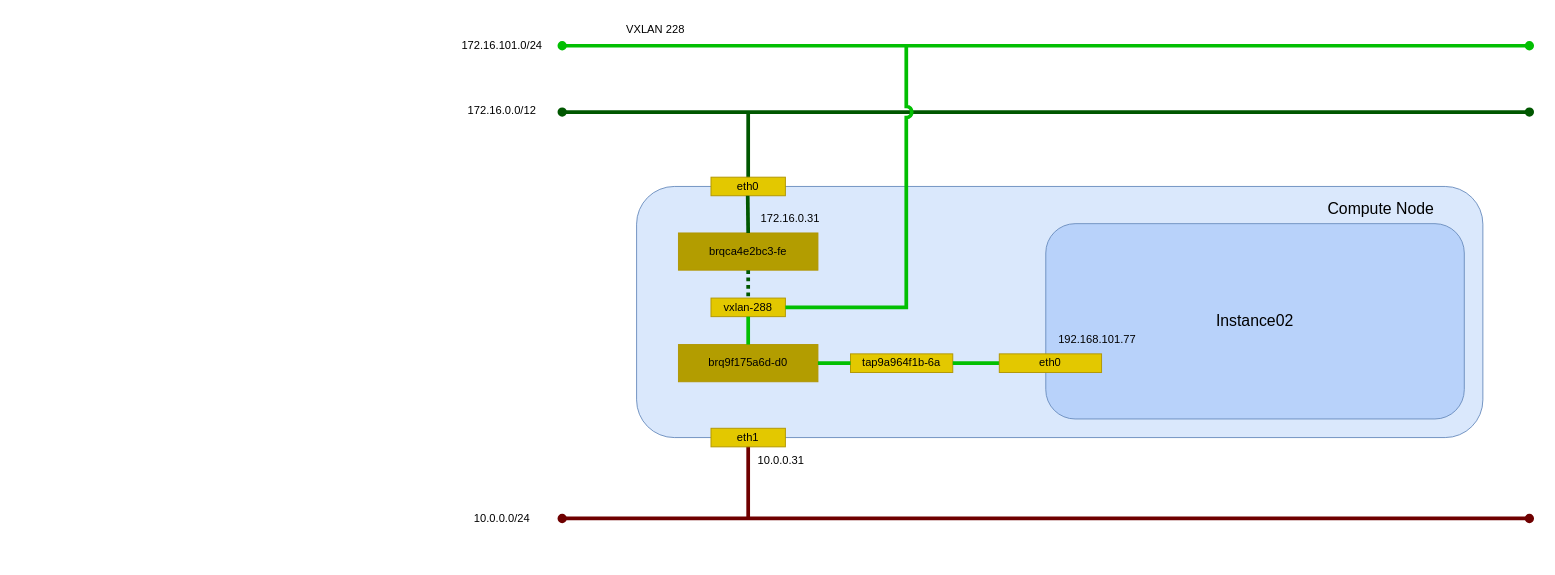
Earlier version of the draw.io diagram _static/image/network_vxlan_instance_linuxbridge.drawio (9506hqwy/openstack_study_notes). Source tidied: cells renumbered, new cells numbered last; positions are measured from the earlier drawing's top-left corner, leaving out a move shared by most shapes. Both pictures are drawn from the tidied source at 93%, with x=0, y=0 at pixel (450, 16).
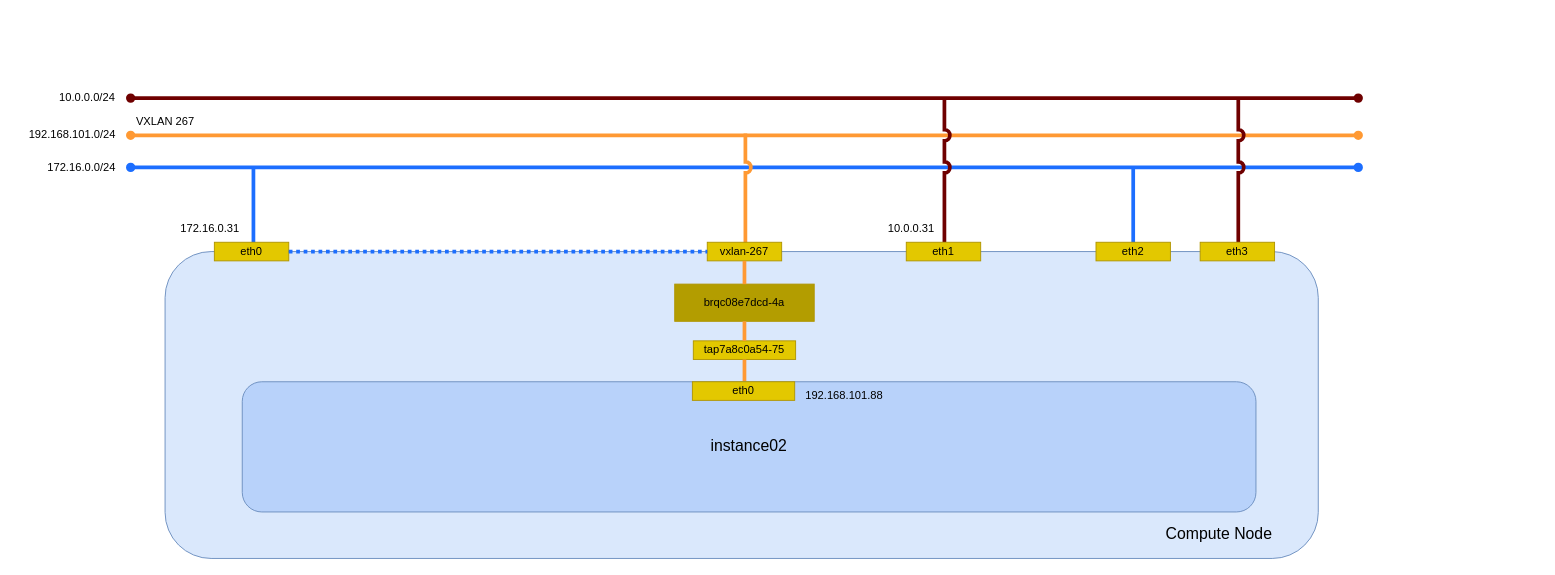
The same page after the edit.

Diff of the diagram source:
```diff
@@
-    <mxCell id="2" style="endArrow=oval;html=1;rounded=0;startArrow=oval;startFill=1;endFill=1;strokeWidth=4;fillColor=#a20025;strokeColor=#6F0000;" parent="1" edge="1">
-      <mxGeometry relative="1" as="geometry">
-        <mxPoint x="120" y="540" as="sourcePoint" />
-        <mxPoint x="1160" y="540" as="targetPoint" />
-      </mxGeometry>
-    </mxCell>
-    <mxCell id="3" style="endArrow=oval;html=1;rounded=0;startArrow=oval;startFill=1;endFill=1;strokeWidth=4;fillColor=#008a00;strokeColor=#005700;" parent="1" edge="1">
-      <mxGeometry relative="1" as="geometry">
-        <mxPoint x="120" y="103" as="sourcePoint" />
-        <mxPoint x="1160" y="103" as="targetPoint" />
-      </mxGeometry>
-    </mxCell>
-    <mxCell id="4" value="172.16.0.0/12" style="text;html=1;align=center;verticalAlign=middle;strokeColor=none;fillColor=none;" parent="1" vertex="1">
-      <mxGeometry x="5" y="87" width="100" height="30" as="geometry" />
-    </mxCell>
+    <mxCell id="32" style="endArrow=oval;html=1;rounded=0;startArrow=oval;startFill=1;endFill=1;strokeWidth=4;fillColor=#a20025;strokeColor=#6F0000;" parent="1" edge="1">
+      <mxGeometry relative="1" as="geometry">
+        <mxPoint x="-344" y="88" as="sourcePoint" />
+        <mxPoint x="976" y="88" as="targetPoint" />
+      </mxGeometry>
+    </mxCell>
     <mxCell id="5" value="10.0.0.0/24" style="text;html=1;align=center;verticalAlign=middle;strokeColor=none;fillColor=none;" parent="1" vertex="1">
-      <mxGeometry x="15" y="525" width="80" height="30" as="geometry" />
+      <mxGeometry x="-431" y="73" width="80" height="30" as="geometry" />
     </mxCell>
-    <mxCell id="6" style="endArrow=none;html=1;rounded=0;startArrow=none;startFill=0;endFill=0;strokeWidth=4;fillColor=#008a00;strokeColor=#005700;exitX=0.5;exitY=1;exitDx=0;exitDy=0;" parent="1" edge="1">
-      <mxGeometry relative="1" as="geometry">
-        <mxPoint x="320" y="103" as="sourcePoint" />
-        <mxPoint x="320" y="183" as="targetPoint" />
-      </mxGeometry>
-    </mxCell>
-    <mxCell id="7" style="endArrow=none;html=1;rounded=0;startArrow=none;startFill=0;endFill=0;strokeWidth=4;fillColor=#a20025;strokeColor=#6F0000;exitX=0.5;exitY=1;exitDx=0;exitDy=0;" parent="1" edge="1">
-      <mxGeometry relative="1" as="geometry">
-        <mxPoint x="320" y="460" as="sourcePoint" />
-        <mxPoint x="320" y="540" as="targetPoint" />
-      </mxGeometry>
-    </mxCell>
-    <mxCell id="8" style="endArrow=oval;html=1;rounded=0;startArrow=oval;startFill=1;endFill=1;strokeWidth=4;fillColor=#008a00;strokeColor=#02BF02;" parent="1" edge="1">
-      <mxGeometry relative="1" as="geometry">
-        <mxPoint x="120" y="31.7" as="sourcePoint" />
-        <mxPoint x="1160" y="31.7" as="targetPoint" />
-      </mxGeometry>
-    </mxCell>
-    <mxCell id="9" value="172.16.101.0/24" style="text;html=1;align=center;verticalAlign=middle;strokeColor=none;fillColor=none;" parent="1" vertex="1">
-      <mxGeometry y="17" width="110" height="30" as="geometry" />
-    </mxCell>
-    <mxCell id="10" value="VXLAN 228" style="text;html=1;align=center;verticalAlign=middle;strokeColor=none;fillColor=none;" parent="1" vertex="1">
-      <mxGeometry x="180" width="80" height="30" as="geometry" />
-    </mxCell>
+    <mxCell id="33" style="endArrow=oval;html=1;rounded=0;startArrow=oval;startFill=1;endFill=1;strokeWidth=4;fillColor=#a20025;strokeColor=#1C6EFF;" parent="1" edge="1">
+      <mxGeometry relative="1" as="geometry">
+        <mxPoint x="-344" y="162.5" as="sourcePoint" />
+        <mxPoint x="976" y="162.5" as="targetPoint" />
+      </mxGeometry>
+    </mxCell>
+    <mxCell id="34" value="172.16.0.0/24" style="text;html=1;align=center;verticalAlign=middle;strokeColor=none;fillColor=none;" parent="1" vertex="1">
+      <mxGeometry x="-447" y="148" width="100" height="30" as="geometry" />
+    </mxCell>
+    <mxCell id="35" style="endArrow=none;html=1;rounded=0;startArrow=none;startFill=0;endFill=0;strokeWidth=4;fillColor=#a20025;strokeColor=#1C6EFF;jumpStyle=arc;" parent="1" edge="1">
+      <mxGeometry relative="1" as="geometry">
+        <mxPoint x="-212" y="163" as="sourcePoint" />
+        <mxPoint x="-212" y="243" as="targetPoint" />
+      </mxGeometry>
+    </mxCell>
+    <mxCell id="36" style="endArrow=none;html=1;rounded=0;startArrow=none;startFill=0;endFill=0;strokeWidth=4;fillColor=#a20025;strokeColor=#1C6EFF;jumpStyle=arc;" parent="1" edge="1">
+      <mxGeometry relative="1" as="geometry">
+        <mxPoint x="734" y="163" as="sourcePoint" />
+        <mxPoint x="734" y="243" as="targetPoint" />
+      </mxGeometry>
+    </mxCell>
+    <mxCell id="37" style="endArrow=oval;html=1;rounded=0;startArrow=oval;startFill=1;endFill=1;strokeWidth=4;fillColor=#a20025;strokeColor=#FF9933;" parent="1" edge="1">
+      <mxGeometry relative="1" as="geometry">
+        <mxPoint x="-344" y="128" as="sourcePoint" />
+        <mxPoint x="976" y="128" as="targetPoint" />
+      </mxGeometry>
+    </mxCell>
+    <mxCell id="38" value="192.168.101.0/24" style="text;html=1;align=center;verticalAlign=middle;strokeColor=none;fillColor=none;" parent="1" vertex="1">
+      <mxGeometry x="-467" y="112" width="120" height="30" as="geometry" />
+    </mxCell>
+    <mxCell id="39" style="endArrow=none;html=1;rounded=0;startArrow=none;startFill=0;endFill=0;strokeWidth=4;fillColor=#a20025;strokeColor=#FF9933;jumpStyle=arc;" parent="1" edge="1">
+      <mxGeometry relative="1" as="geometry">
+        <mxPoint x="317" y="126" as="sourcePoint" />
+        <mxPoint x="317" y="256" as="targetPoint" />
+      </mxGeometry>
+    </mxCell>
+    <mxCell id="40" value="VXLAN 267" style="text;html=1;align=center;verticalAlign=middle;strokeColor=none;fillColor=none;" parent="1" vertex="1">
+      <mxGeometry x="-347" y="98" width="80" height="30" as="geometry" />
+    </mxCell>
+    <mxCell id="41" style="endArrow=none;html=1;rounded=0;startArrow=none;startFill=0;endFill=0;strokeWidth=4;fillColor=#a20025;strokeColor=#6F0000;jumpStyle=arc;" parent="1" edge="1">
+      <mxGeometry relative="1" as="geometry">
+        <mxPoint x="847" y="89" as="sourcePoint" />
+        <mxPoint x="847" y="243" as="targetPoint" />
+      </mxGeometry>
+    </mxCell>
+    <mxCell id="42" style="endArrow=none;html=1;rounded=0;startArrow=none;startFill=0;endFill=0;strokeWidth=4;fillColor=#a20025;strokeColor=#6F0000;jumpStyle=arc;" parent="1" edge="1">
+      <mxGeometry relative="1" as="geometry">
+        <mxPoint x="531" y="87" as="sourcePoint" />
+        <mxPoint x="531" y="243" as="targetPoint" />
+      </mxGeometry>
+    </mxCell>
@@
-    <mxCell id="12" style="rounded=1;whiteSpace=wrap;html=1;fillColor=#dae8fc;strokeColor=#6c8ebf;align=center;horizontal=1;" parent="11" vertex="1">
-      <mxGeometry x="200" y="183" width="910" height="270" as="geometry" />
-    </mxCell>
+    <mxCell id="43" style="rounded=1;whiteSpace=wrap;html=1;fillColor=#dae8fc;strokeColor=#6c8ebf;" parent="11" vertex="1">
+      <mxGeometry x="-307" y="253" width="1240" height="330" as="geometry" />
+    </mxCell>
     <mxCell id="13" value="eth1" style="rounded=0;whiteSpace=wrap;html=1;fillColor=#e3c800;fontColor=#000000;strokeColor=#B09500;" parent="11" vertex="1">
-      <mxGeometry x="280" y="443" width="80" height="20" as="geometry" />
+      <mxGeometry x="490" y="243" width="80" height="20" as="geometry" />
     </mxCell>
-    <mxCell id="14" value="vxlan-288" style="rounded=0;whiteSpace=wrap;html=1;fillColor=#e3c800;fontColor=#000000;strokeColor=#B09500;" parent="11" vertex="1">
-      <mxGeometry x="280" y="303" width="80" height="20" as="geometry" />
-    </mxCell>
+    <mxCell id="44" value="eth0" style="rounded=0;whiteSpace=wrap;html=1;fillColor=#e3c800;fontColor=#000000;strokeColor=#B09500;" parent="11" vertex="1">
+      <mxGeometry x="-254" y="243" width="80" height="20" as="geometry" />
+    </mxCell>
+    <mxCell id="26" value="172.16.0.31" style="text;html=1;align=center;verticalAlign=middle;strokeColor=none;fillColor=none;" parent="11" vertex="1">
+      <mxGeometry x="-304" y="213" width="90" height="30" as="geometry" />
+    </mxCell>
+    <mxCell id="45" value="vxlan-267" style="rounded=0;whiteSpace=wrap;html=1;fillColor=#e3c800;fontColor=#000000;strokeColor=#B09500;" parent="11" vertex="1">
+      <mxGeometry x="276" y="243" width="80" height="20" as="geometry" />
+    </mxCell>
+    <mxCell id="46" value="&lt;div&gt;eth3&lt;/div&gt;" style="rounded=0;whiteSpace=wrap;html=1;fillColor=#e3c800;fontColor=#000000;strokeColor=#B09500;" parent="11" vertex="1">
+      <mxGeometry x="806" y="243" width="80" height="20" as="geometry" />
+    </mxCell>
     <mxCell id="15" value="10.0.0.31" style="text;html=1;align=center;verticalAlign=middle;strokeColor=none;fillColor=none;" parent="11" vertex="1">
-      <mxGeometry x="320" y="463" width="70" height="30" as="geometry" />
+      <mxGeometry x="460" y="213" width="70" height="30" as="geometry" />
     </mxCell>
     <mxCell id="16" value="&lt;font style=&quot;font-size: 17px;&quot;&gt;Compute Node&lt;/font&gt;" style="text;html=1;align=center;verticalAlign=middle;strokeColor=none;fillColor=none;" parent="11" vertex="1">
-      <mxGeometry x="930" y="193" width="140" height="30" as="geometry" />
+      <mxGeometry x="756" y="543" width="140" height="30" as="geometry" />
     </mxCell>
-    <mxCell id="17" value="brq9f175a6d-d0" style="rounded=0;whiteSpace=wrap;html=1;fillColor=#B39D00;fontColor=#000000;strokeColor=#B09500;" parent="11" vertex="1">
-      <mxGeometry x="245" y="353" width="150" height="40" as="geometry" />
-    </mxCell>
-    <mxCell id="18" style="endArrow=none;html=1;rounded=0;startArrow=none;startFill=0;endFill=0;strokeWidth=4;fillColor=#008a00;strokeColor=#02BF02;entryX=0.5;entryY=0;entryDx=0;entryDy=0;" parent="11" edge="1" target="17">
-      <mxGeometry relative="1" as="geometry">
-        <mxPoint x="320" y="323" as="sourcePoint" />
-      </mxGeometry>
-    </mxCell>
-    <mxCell id="19" value="tap9a964f1b-6a" style="rounded=0;whiteSpace=wrap;html=1;fillColor=#e3c800;fontColor=#000000;strokeColor=#B09500;" parent="11" vertex="1">
-      <mxGeometry x="430" y="363" width="110" height="20" as="geometry" />
-    </mxCell>
-    <mxCell id="20" style="endArrow=none;html=1;rounded=0;startArrow=none;startFill=0;endFill=0;strokeWidth=4;fillColor=#008a00;strokeColor=#02BF02;exitX=1;exitY=0.5;exitDx=0;exitDy=0;entryX=0;entryY=0.5;entryDx=0;entryDy=0;" parent="11" edge="1" source="17" target="19">
-      <mxGeometry relative="1" as="geometry" />
-    </mxCell>
-    <mxCell id="21" value="eth0" style="rounded=0;whiteSpace=wrap;html=1;fillColor=#e3c800;fontColor=#000000;strokeColor=#B09500;" parent="11" vertex="1">
-      <mxGeometry x="280" y="173" width="80" height="20" as="geometry" />
-    </mxCell>
-    <mxCell id="22" value="brqca4e2bc3-fe" style="rounded=0;whiteSpace=wrap;html=1;fillColor=#B39D00;fontColor=#000000;strokeColor=#B09500;" parent="11" vertex="1">
-      <mxGeometry x="245" y="233" width="150" height="40" as="geometry" />
-    </mxCell>
-    <mxCell id="23" style="endArrow=none;html=1;rounded=0;startArrow=none;startFill=0;endFill=0;strokeWidth=4;fillColor=#008a00;strokeColor=#005700;" parent="11" edge="1">
-      <mxGeometry relative="1" as="geometry">
-        <mxPoint x="319.5" y="193" as="sourcePoint" />
-        <mxPoint x="320" y="233" as="targetPoint" />
-      </mxGeometry>
-    </mxCell>
-    <mxCell id="24" style="endArrow=none;html=1;rounded=0;startArrow=none;startFill=0;endFill=0;strokeWidth=4;fillColor=#008a00;strokeColor=#005700;entryX=0.5;entryY=0;entryDx=0;entryDy=0;exitX=0.5;exitY=1;exitDx=0;exitDy=0;dashed=1;dashPattern=1 1;" parent="11" edge="1" source="22" target="14">
-      <mxGeometry relative="1" as="geometry" />
-    </mxCell>
-    <mxCell id="25" style="endArrow=none;html=1;rounded=0;startArrow=none;startFill=0;endFill=0;strokeWidth=4;fillColor=#008a00;strokeColor=#02BF02;exitX=1;exitY=0.5;exitDx=0;exitDy=0;jumpStyle=arc;" parent="11" edge="1" source="14">
-      <mxGeometry relative="1" as="geometry">
-        <mxPoint x="490" y="33" as="targetPoint" />
-        <Array as="points">
-          <mxPoint x="490" y="313" />
-        </Array>
-      </mxGeometry>
-    </mxCell>
-    <mxCell id="26" value="172.16.0.31" style="text;html=1;align=center;verticalAlign=middle;strokeColor=none;fillColor=none;" parent="11" vertex="1">
-      <mxGeometry x="320" y="203" width="90" height="30" as="geometry" />
-    </mxCell>
-    <mxCell id="27" style="endArrow=none;html=1;rounded=0;startArrow=none;startFill=0;endFill=0;strokeWidth=4;fillColor=#008a00;strokeColor=#02BF02;exitX=1;exitY=0.5;exitDx=0;exitDy=0;entryX=0;entryY=0.5;entryDx=0;entryDy=0;" parent="11" edge="1">
-      <mxGeometry relative="1" as="geometry">
-        <mxPoint x="540" y="373" as="sourcePoint" />
-        <mxPoint x="590" y="373" as="targetPoint" />
-      </mxGeometry>
-    </mxCell>
+    <mxCell id="47" value="brqc08e7dcd-4a" style="rounded=0;whiteSpace=wrap;html=1;fillColor=#B39D00;fontColor=#000000;strokeColor=#B09500;" parent="11" vertex="1">
+      <mxGeometry x="241" y="288" width="150" height="40" as="geometry" />
+    </mxCell>
+    <mxCell id="48" value="tap7a8c0a54-75" style="rounded=0;whiteSpace=wrap;html=1;fillColor=#e3c800;fontColor=#000000;strokeColor=#B09500;" parent="11" vertex="1">
+      <mxGeometry x="261" y="349" width="110" height="20" as="geometry" />
+    </mxCell>
+    <mxCell id="49" style="endArrow=none;html=1;rounded=0;startArrow=none;startFill=0;endFill=0;strokeWidth=4;fillColor=#a20025;strokeColor=#FF9933;jumpStyle=arc;entryX=0.5;entryY=0;entryDx=0;entryDy=0;exitX=0.5;exitY=1;exitDx=0;exitDy=0;" parent="11" edge="1" source="45" target="47">
+      <mxGeometry relative="1" as="geometry" />
+    </mxCell>
+    <mxCell id="50" style="endArrow=none;html=1;rounded=0;startArrow=none;startFill=0;endFill=0;strokeWidth=4;fillColor=#a20025;strokeColor=#FF9933;jumpStyle=arc;entryX=0.5;entryY=0;entryDx=0;entryDy=0;exitX=0.5;exitY=1;exitDx=0;exitDy=0;" parent="11" edge="1" source="47" target="48">
+      <mxGeometry relative="1" as="geometry" />
+    </mxCell>
+    <mxCell id="51" style="endArrow=none;html=1;rounded=0;startArrow=none;startFill=0;endFill=0;strokeWidth=4;fillColor=#a20025;strokeColor=#FF9933;jumpStyle=arc;exitX=0.5;exitY=1;exitDx=0;exitDy=0;" parent="11" edge="1">
+      <mxGeometry relative="1" as="geometry">
+        <mxPoint x="316" y="369" as="sourcePoint" />
+        <mxPoint x="316" y="393" as="targetPoint" />
+      </mxGeometry>
+    </mxCell>
+    <mxCell id="52" value="eth2" style="rounded=0;whiteSpace=wrap;html=1;fillColor=#e3c800;fontColor=#000000;strokeColor=#B09500;" parent="11" vertex="1">
+      <mxGeometry x="694" y="243" width="80" height="20" as="geometry" />
+    </mxCell>
+    <mxCell id="53" style="endArrow=none;html=1;rounded=0;startArrow=none;startFill=0;endFill=0;strokeWidth=4;fillColor=#a20025;strokeColor=#1C6EFF;jumpStyle=arc;exitX=1;exitY=0.5;exitDx=0;exitDy=0;entryX=0;entryY=0.5;entryDx=0;entryDy=0;dashed=1;dashPattern=1 1;" parent="11" edge="1" source="44" target="45">
+      <mxGeometry relative="1" as="geometry" />
+    </mxCell>
@@
-    <mxCell id="29" value="&lt;font style=&quot;font-size: 17px;&quot;&gt;Instance02&lt;/font&gt;" style="rounded=1;whiteSpace=wrap;html=1;fillColor=#b8d2fa;strokeColor=#6c8ebf;align=center;horizontal=1;" parent="28" vertex="1">
-      <mxGeometry x="640" y="223" width="450" height="210" as="geometry" />
-    </mxCell>
-    <mxCell id="30" value="eth0" style="rounded=0;whiteSpace=wrap;html=1;fillColor=#e3c800;fontColor=#000000;strokeColor=#B09500;" parent="28" vertex="1">
-      <mxGeometry x="590" y="363" width="110" height="20" as="geometry" />
-    </mxCell>
-    <mxCell id="31" value="192.168.101.77" style="text;html=1;align=center;verticalAlign=middle;strokeColor=none;fillColor=none;" parent="28" vertex="1">
-      <mxGeometry x="640" y="333" width="110" height="30" as="geometry" />
-    </mxCell>
+    <mxCell id="54" value="&lt;font style=&quot;font-size: 17px;&quot;&gt;instance02&lt;/font&gt;" style="rounded=1;whiteSpace=wrap;html=1;fillColor=#b8d2fa;strokeColor=#6c8ebf;align=center;horizontal=1;" parent="28" vertex="1">
+      <mxGeometry x="-224" y="393" width="1090" height="140" as="geometry" />
+    </mxCell>
+    <mxCell id="55" value="192.168.101.88" style="text;html=1;align=center;verticalAlign=middle;strokeColor=none;fillColor=none;" parent="28" vertex="1">
+      <mxGeometry x="368" y="393" width="110" height="30" as="geometry" />
+    </mxCell>
+    <mxCell id="56" value="eth0" style="rounded=0;whiteSpace=wrap;html=1;fillColor=#e3c800;fontColor=#000000;strokeColor=#B09500;" parent="28" vertex="1">
+      <mxGeometry x="260" y="393" width="110" height="20" as="geometry" />
+    </mxCell>
```
